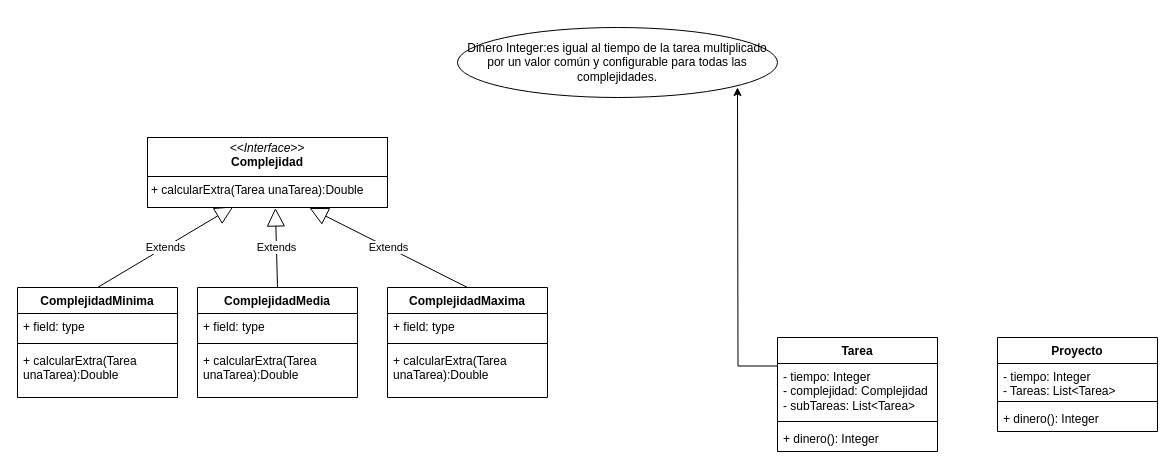
Donnie-MS/DiagramasUML-BaseDeDatos-Objetos2 keeps this draw.io diagram as BaseDeDatos/obj2S6Tarea.drawio. Above is the earlier version. Source tidied: cells renumbered, new cells numbered last; positions are measured from the earlier drawing's top-left corner, leaving out a move shared by most shapes. Both pictures are drawn from the tidied source at 100%, with x=0, y=0 at pixel (17, 27).
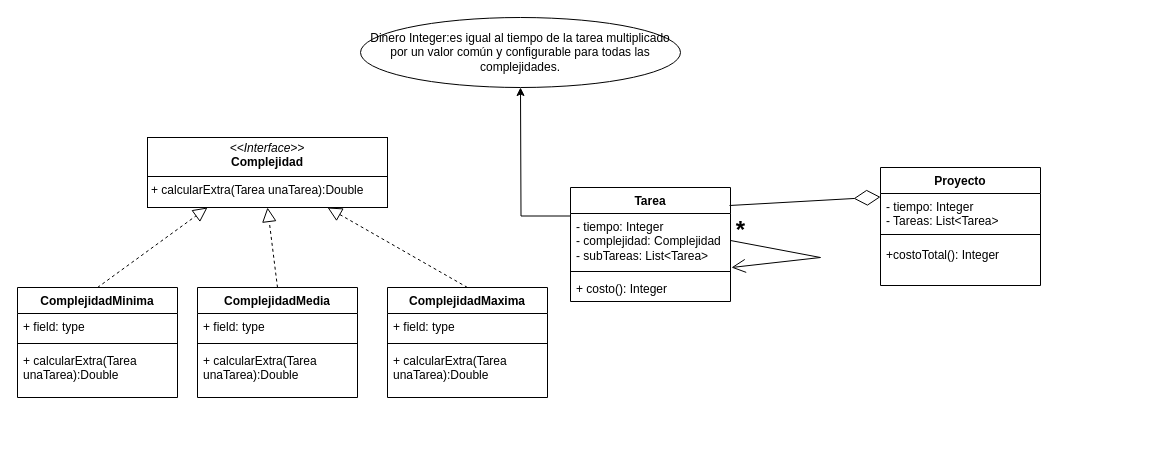
The same page after the edit.

The change refers to these unchanged cells:
```xml
<mxCell id="4" value="- tiempo: Integer&lt;div&gt;- complejidad: Complejidad&lt;/div&gt;&lt;div&gt;- subTareas: List&amp;lt;Tarea&amp;gt;&lt;/div&gt;&lt;div&gt;&lt;br&gt;&lt;/div&gt;" style="text;strokeColor=none;fillColor=none;align=left;verticalAlign=top;spacingLeft=4;spacingRight=4;overflow=hidden;points=[[0,0.5],[1,0.5]];portConstraint=eastwest;whiteSpace=wrap;html=1;" parent="3" vertex="1">
  <mxGeometry y="26" width="160" height="54" as="geometry" />
</mxCell>
<mxCell id="8" value="ComplejidadMinima" style="swimlane;fontStyle=1;align=center;verticalAlign=top;horizontal=1;startSize=26;whiteSpace=wrap;html=1;" parent="1" vertex="1">
  <mxGeometry y="260" width="160" height="110" as="geometry" />
</mxCell>
<mxCell id="12" value="ComplejidadMaxima" style="swimlane;fontStyle=1;align=center;verticalAlign=top;horizontal=1;startSize=26;whiteSpace=wrap;html=1;" parent="1" vertex="1">
  <mxGeometry x="370" y="260" width="160" height="110" as="geometry" />
</mxCell>
<mxCell id="16" value="ComplejidadMedia" style="swimlane;fontStyle=1;align=center;verticalAlign=top;horizontal=1;startSize=26;whiteSpace=wrap;html=1;" parent="1" vertex="1">
  <mxGeometry x="180" y="260" width="160" height="110" as="geometry" />
</mxCell>
<mxCell id="23" value="&lt;p style=&quot;margin:0px;margin-top:4px;text-align:center;&quot;&gt;&lt;i&gt;&amp;lt;&amp;lt;Interface&amp;gt;&amp;gt;&lt;/i&gt;&lt;br&gt;&lt;b&gt;Complejidad&lt;/b&gt;&lt;/p&gt;&lt;hr size=&quot;1&quot; style=&quot;border-style:solid;&quot;&gt;&lt;p style=&quot;margin:0px;margin-left:4px;&quot;&gt;&lt;/p&gt;&lt;p style=&quot;margin:0px;margin-left:4px;&quot;&gt;+ calcularExtra(Tarea unaTarea):Double&lt;br&gt;&lt;/p&gt;" style="verticalAlign=top;align=left;overflow=fill;html=1;whiteSpace=wrap;" parent="1" vertex="1">
  <mxGeometry x="130" y="110" width="240" height="70" as="geometry" />
</mxCell>
```

Diff of the diagram source:
```diff
@@
     <mxCell id="2" style="edgeStyle=orthogonalEdgeStyle;rounded=0;jettySize=auto;html=1;exitX=0;exitY=0.25;exitDx=0;exitDy=0;" parent="1" edge="1" source="3">
       <mxGeometry relative="1" as="geometry">
-        <mxPoint x="720" y="60" as="targetPoint" />
+        <mxPoint x="503" y="60" as="targetPoint" />
       </mxGeometry>
     </mxCell>
     <mxCell id="3" value="Tarea" style="swimlane;fontStyle=1;align=center;verticalAlign=top;horizontal=1;startSize=26;whiteSpace=wrap;html=1;" parent="1" vertex="1">
-      <mxGeometry x="760" y="310" width="160" height="114" as="geometry" />
+      <mxGeometry x="553" y="160" width="160" height="114" as="geometry" />
     </mxCell>
@@
-    <mxCell id="6" value="+ dinero(): Integer" style="text;strokeColor=none;fillColor=none;align=left;verticalAlign=top;spacingLeft=4;spacingRight=4;overflow=hidden;whiteSpace=wrap;html=1;" parent="3" vertex="1">
+    <mxCell id="6" value="+ costo(): Integer" style="text;strokeColor=none;fillColor=none;align=left;verticalAlign=top;spacingLeft=4;spacingRight=4;overflow=hidden;whiteSpace=wrap;html=1;" parent="3" vertex="1">
       <mxGeometry y="88" width="160" height="26" as="geometry" />
     </mxCell>
     <mxCell id="7" value="Dinero Integer:es igual al tiempo de la tarea multiplicado por un valor común y configurable para todas las complejidades." style="ellipse;whiteSpace=wrap;html=1;" parent="1" vertex="1">
-      <mxGeometry x="440" width="320" height="70" as="geometry" />
+      <mxGeometry x="343" y="-10" width="320" height="70" as="geometry" />
     </mxCell>
@@
-    <mxCell id="20" value="Extends" style="endArrow=block;endSize=16;endFill=0;html=1;rounded=0;exitX=0.5;exitY=0;exitDx=0;exitDy=0;entryX=0.358;entryY=0.986;entryDx=0;entryDy=0;entryPerimeter=0;" parent="1" edge="1" source="8" target="23">
-      <mxGeometry relative="1" as="geometry" />
-    </mxCell>
-    <mxCell id="21" value="Extends" style="endArrow=block;endSize=16;endFill=0;html=1;rounded=0;exitX=0.5;exitY=0;exitDx=0;exitDy=0;entryX=0.533;entryY=1.007;entryDx=0;entryDy=0;entryPerimeter=0;" parent="1" edge="1" source="16" target="23">
-      <mxGeometry relative="1" as="geometry" />
-    </mxCell>
-    <mxCell id="22" value="Extends" style="endArrow=block;endSize=16;endFill=0;html=1;rounded=0;exitX=0.5;exitY=0;exitDx=0;exitDy=0;entryX=0.675;entryY=1.007;entryDx=0;entryDy=0;entryPerimeter=0;" parent="1" edge="1" source="12" target="23">
-      <mxGeometry relative="1" as="geometry" />
-    </mxCell>
@@
     <mxCell id="24" value="Proyecto" style="swimlane;fontStyle=1;align=center;verticalAlign=top;horizontal=1;startSize=26;whiteSpace=wrap;html=1;" parent="1" vertex="1">
-      <mxGeometry x="980" y="310" width="160" height="94" as="geometry" />
+      <mxGeometry x="863" y="140" width="160" height="118" as="geometry" />
     </mxCell>
-    <mxCell id="25" value="- tiempo: Integer&lt;div&gt;&lt;div&gt;- Tareas: List&amp;lt;Tarea&amp;gt;&lt;/div&gt;&lt;div&gt;&lt;br&gt;&lt;/div&gt;&lt;/div&gt;" style="text;strokeColor=none;fillColor=none;align=left;verticalAlign=top;spacingLeft=4;spacingRight=4;overflow=hidden;whiteSpace=wrap;html=1;" parent="24" vertex="1">
+    <mxCell id="25" value="- tiempo: Integer&lt;div&gt;&lt;div&gt;- Tareas: List&amp;lt;Tarea&amp;gt;&lt;/div&gt;&lt;/div&gt;" style="text;strokeColor=none;fillColor=none;align=left;verticalAlign=top;spacingLeft=4;spacingRight=4;overflow=hidden;whiteSpace=wrap;html=1;" parent="24" vertex="1">
       <mxGeometry y="26" width="160" height="34" as="geometry" />
     </mxCell>
     <mxCell id="26" style="line;strokeWidth=1;fillColor=none;align=left;verticalAlign=middle;spacingTop=-1;spacingLeft=3;spacingRight=3;labelPosition=right;strokeColor=inherit;" parent="24" vertex="1">
-      <mxGeometry y="60" width="160" height="8" as="geometry" />
+      <mxGeometry y="60" width="160" height="14" as="geometry" />
     </mxCell>
-    <mxCell id="27" value="+ dinero(): Integer" style="text;strokeColor=none;fillColor=none;align=left;verticalAlign=top;spacingLeft=4;spacingRight=4;overflow=hidden;whiteSpace=wrap;html=1;" parent="24" vertex="1">
-      <mxGeometry y="68" width="160" height="26" as="geometry" />
-    </mxCell>
+    <mxCell id="28" value="+costoTotal(): Integer" style="text;strokeColor=none;fillColor=none;align=left;verticalAlign=top;spacingLeft=4;spacingRight=4;overflow=hidden;whiteSpace=wrap;html=1;" parent="24" vertex="1">
+      <mxGeometry y="74" width="160" height="44" as="geometry" />
+    </mxCell>
+    <mxCell id="20" style="endArrow=block;dashed=1;endFill=0;endSize=12;html=1;rounded=0;entryX=0.25;entryY=1;entryDx=0;entryDy=0;exitX=0.5;exitY=0;exitDx=0;exitDy=0;" parent="1" edge="1" source="8" target="23">
+      <mxGeometry relative="1" as="geometry" />
+    </mxCell>
+    <mxCell id="21" style="endArrow=block;dashed=1;endFill=0;endSize=12;html=1;rounded=0;entryX=0.5;entryY=1;entryDx=0;entryDy=0;exitX=0.5;exitY=0;exitDx=0;exitDy=0;" parent="1" edge="1" source="16" target="23">
+      <mxGeometry relative="1" as="geometry" />
+    </mxCell>
+    <mxCell id="22" style="endArrow=block;dashed=1;endFill=0;endSize=12;html=1;rounded=0;entryX=0.75;entryY=1;entryDx=0;entryDy=0;exitX=0.5;exitY=0;exitDx=0;exitDy=0;" parent="1" edge="1" source="12" target="23">
+      <mxGeometry relative="1" as="geometry" />
+    </mxCell>
+    <mxCell id="29" style="endArrow=diamondThin;endFill=0;endSize=24;html=1;rounded=0;entryX=0;entryY=0.25;entryDx=0;entryDy=0;exitX=0.994;exitY=0.158;exitDx=0;exitDy=0;exitPerimeter=0;" parent="1" edge="1" source="3" target="24">
+      <mxGeometry relative="1" as="geometry" />
+    </mxCell>
+    <mxCell id="30" style="endArrow=open;endFill=1;endSize=12;html=1;rounded=0;exitX=1;exitY=0.5;exitDx=0;exitDy=0;entryX=1.006;entryY=1;entryDx=0;entryDy=0;entryPerimeter=0;" parent="1" edge="1" source="4" target="4">
+      <mxGeometry relative="1" as="geometry">
+        <Array as="points">
+          <mxPoint x="803" y="230" />
+        </Array>
+      </mxGeometry>
+    </mxCell>
+    <mxCell id="31" value="&lt;font style=&quot;font-size: 24px;&quot;&gt;*&lt;/font&gt;" style="text;align=center;fontStyle=1;verticalAlign=middle;spacingLeft=3;spacingRight=3;strokeColor=none;html=1;" parent="1" vertex="1">
+      <mxGeometry x="713" y="190" width="20" height="26" as="geometry" />
+    </mxCell>
```
